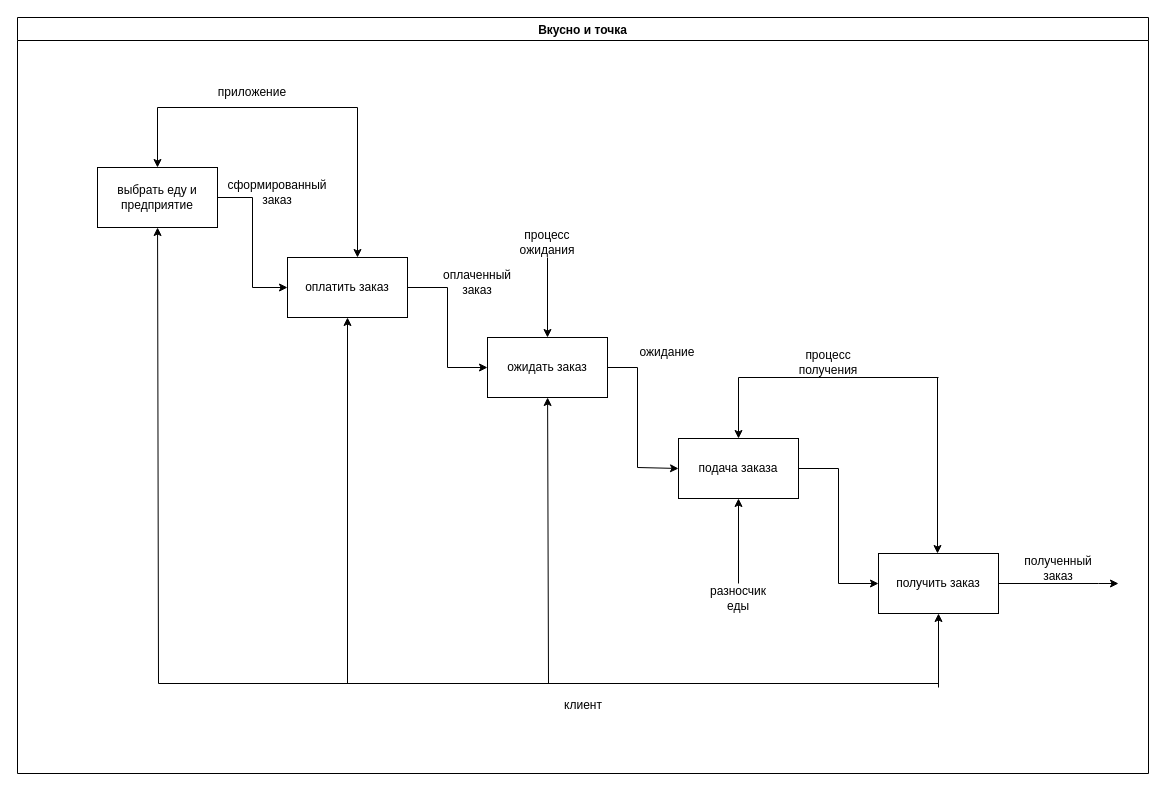
Earlier version of the draw.io diagram project.drawio (Zerogron/MDK-05-01-IDEF). Source tidied: cells renumbered, new cells numbered last; positions are measured from the earlier drawing's top-left corner, leaving out a move shared by most shapes. Both pictures are drawn from the tidied source at 100%, with x=0, y=0 at pixel (17, 17).
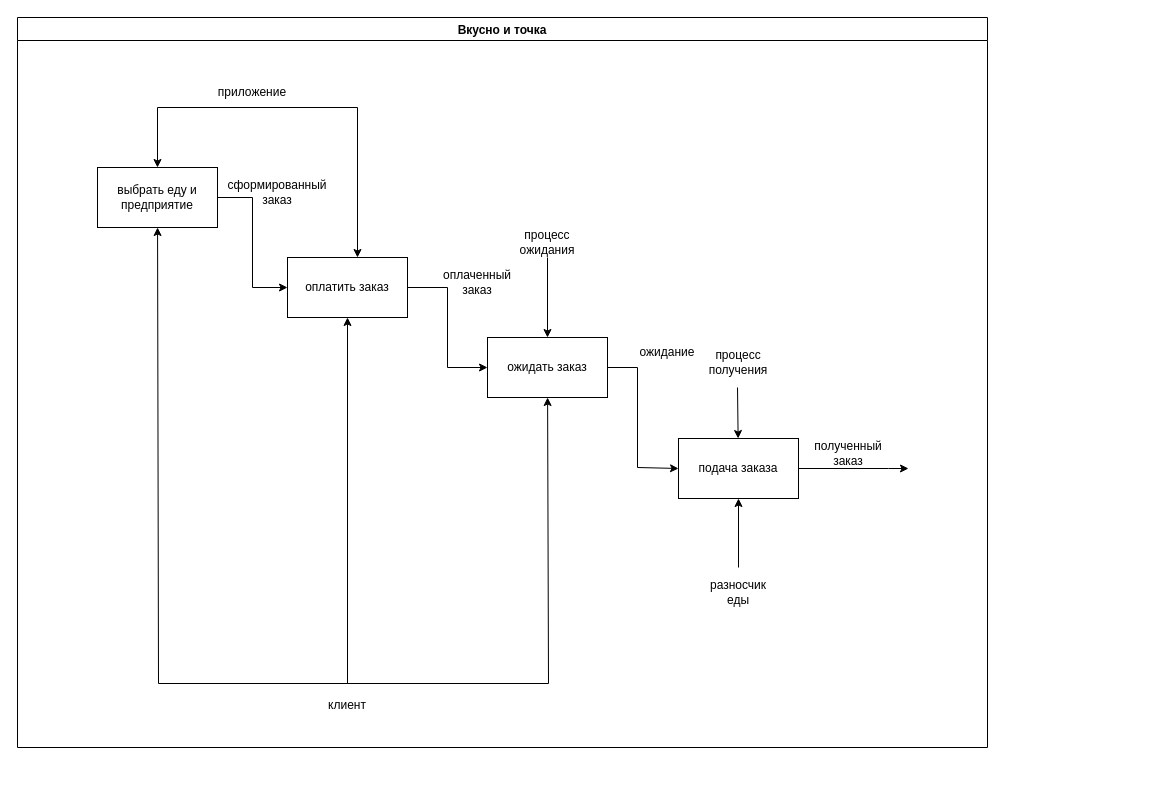
Above is the later version.

Commit message:
отредактировал файл

The change refers to these unchanged cells:
```xml
<mxCell id="31" value="подача заказа" style="rounded=0;whiteSpace=wrap;html=1;" parent="2" vertex="1">
  <mxGeometry x="661" y="421" width="120" height="60" as="geometry" />
</mxCell>
```

The edit, as a diff of the source:
```diff
@@
     <mxCell id="2" value="Вкусно и точка" style="swimlane;" parent="1" vertex="1">
-      <mxGeometry width="1131" height="756" as="geometry" />
+      <mxGeometry width="970" height="730" as="geometry" />
     </mxCell>
     <mxCell id="3" value="клиент" style="text;html=1;strokeColor=none;fillColor=none;align=center;verticalAlign=middle;whiteSpace=wrap;rounded=0;" parent="2" vertex="1">
-      <mxGeometry x="535.5" y="673" width="60" height="30" as="geometry" />
+      <mxGeometry x="300" y="673" width="60" height="30" as="geometry" />
     </mxCell>
     <mxCell id="4" style="endArrow=none;html=1;rounded=0;" parent="2" edge="1">
       <mxGeometry relative="1" as="geometry">
         <mxPoint x="141" y="666" as="sourcePoint" />
-        <mxPoint x="921" y="666" as="targetPoint" />
+        <mxPoint x="531" y="666" as="targetPoint" />
       </mxGeometry>
     </mxCell>
@@
-    <mxCell id="12" style="edgeStyle=orthogonalEdgeStyle;rounded=0;jettySize=auto;html=1;" parent="2" edge="1" source="13">
+    <mxCell id="12" style="edgeStyle=orthogonalEdgeStyle;rounded=0;orthogonalLoop=1;jettySize=auto;html=1;" parent="2" edge="1">
       <mxGeometry relative="1" as="geometry">
-        <mxPoint x="1101" y="566" as="targetPoint" />
+        <mxPoint x="771" y="451" as="sourcePoint" />
+        <mxPoint x="891" y="451" as="targetPoint" />
         <Array as="points">
-          <mxPoint x="1081" y="566" />
+          <mxPoint x="871" y="451" />
         </Array>
       </mxGeometry>
     </mxCell>
-    <mxCell id="13" value="получить заказ" style="rounded=0;whiteSpace=wrap;html=1;" parent="2" vertex="1">
-      <mxGeometry x="861" y="536" width="120" height="60" as="geometry" />
-    </mxCell>
@@
     <mxCell id="16" value="полученный заказ" style="text;html=1;strokeColor=none;fillColor=none;align=center;verticalAlign=middle;whiteSpace=wrap;rounded=0;" parent="2" vertex="1">
-      <mxGeometry x="1011" y="536" width="60" height="30" as="geometry" />
+      <mxGeometry x="801" y="421" width="60" height="30" as="geometry" />
     </mxCell>
@@
-    <mxCell id="23" style="endArrow=classic;html=1;rounded=0;" parent="2" edge="1">
-      <mxGeometry relative="1" as="geometry">
-        <mxPoint x="920" y="360" as="sourcePoint" />
-        <mxPoint x="920" y="536" as="targetPoint" />
-      </mxGeometry>
-    </mxCell>
@@
     <mxCell id="25" style="endArrow=classic;html=1;rounded=0;" parent="2" edge="1" target="31">
       <mxGeometry relative="1" as="geometry">
-        <mxPoint x="721" y="566" as="sourcePoint" />
+        <mxPoint x="721" y="550" as="sourcePoint" />
       </mxGeometry>
     </mxCell>
     <mxCell id="26" value="разносчик еды" style="text;html=1;strokeColor=none;fillColor=none;align=center;verticalAlign=middle;whiteSpace=wrap;rounded=0;" parent="2" vertex="1">
-      <mxGeometry x="691" y="566" width="60" height="30" as="geometry" />
+      <mxGeometry x="691" y="560" width="60" height="30" as="geometry" />
     </mxCell>
@@
     <mxCell id="29" value="процесс получения" style="text;html=1;strokeColor=none;fillColor=none;align=center;verticalAlign=middle;whiteSpace=wrap;rounded=0;" parent="2" vertex="1">
-      <mxGeometry x="781" y="330" width="60" height="30" as="geometry" />
+      <mxGeometry x="691" y="330" width="60" height="30" as="geometry" />
     </mxCell>
-    <mxCell id="30" style="edgeStyle=orthogonalEdgeStyle;rounded=0;jettySize=auto;html=1;entryX=0;entryY=0.5;entryDx=0;entryDy=0;" parent="2" edge="1" source="31" target="13">
-      <mxGeometry relative="1" as="geometry" />
-    </mxCell>
@@
-    <mxCell id="32" style="endArrow=classic;html=1;rounded=0;" parent="1" edge="1" target="13">
-      <mxGeometry relative="1" as="geometry">
-        <mxPoint x="921" y="670" as="sourcePoint" />
-      </mxGeometry>
-    </mxCell>
     <mxCell id="33" style="endArrow=classic;html=1;rounded=0;" parent="1" edge="1" target="31">
       <mxGeometry relative="1" as="geometry">
-        <mxPoint x="721" y="360" as="sourcePoint" />
+        <mxPoint x="720" y="370" as="sourcePoint" />
       </mxGeometry>
     </mxCell>
-    <mxCell id="34" style="endArrow=none;html=1;rounded=0;" parent="1" edge="1">
-      <mxGeometry relative="1" as="geometry">
-        <mxPoint x="721" y="360" as="sourcePoint" />
-        <mxPoint x="921" y="360" as="targetPoint" />
-      </mxGeometry>
-    </mxCell>
```
